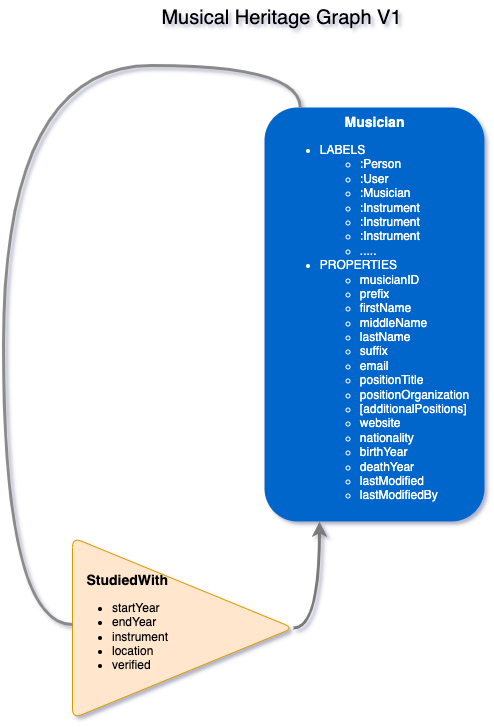
Earlier version of the draw.io export README.assets/Musical Heritage Model-V1.png (greyshore/MusicTree.Me). Source tidied: cells renumbered, new cells last; positions are measured from the earlier drawing's top-left corner, leaving out a move shared by most shapes.
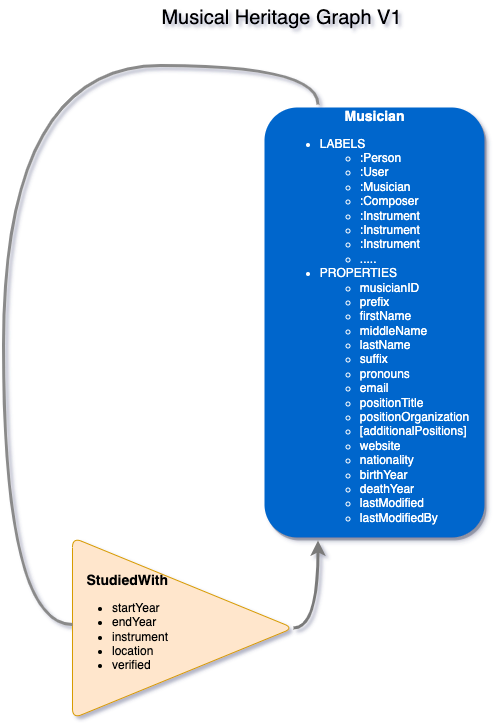
Later version of the same file.

Commit message:
paula #10 added pronound property and Composer label

What changed in the source:
```diff
@@ -1,9 +1,9 @@
-<mxGraphModel>
+<mxGraphModel shadow="1">
   <root>
     <mxCell id="0" />
     <mxCell id="1" parent="0" />
-    <mxCell id="2" value="&lt;b&gt;&lt;font style=&quot;font-size: 14px&quot;&gt;Musician&lt;/font&gt;&lt;/b&gt;&lt;br&gt;&lt;ul&gt;&lt;li style=&quot;text-align: left&quot;&gt;LABELS&lt;/li&gt;&lt;ul&gt;&lt;li style=&quot;text-align: left&quot;&gt;:Person&lt;/li&gt;&lt;li style=&quot;text-align: left&quot;&gt;:User&lt;/li&gt;&lt;li style=&quot;text-align: left&quot;&gt;:Musician&lt;/li&gt;&lt;li style=&quot;text-align: left&quot;&gt;:Instrument&lt;/li&gt;&lt;li style=&quot;text-align: left&quot;&gt;:Instrument&lt;/li&gt;&lt;li style=&quot;text-align: left&quot;&gt;:Instrument&lt;/li&gt;&lt;li style=&quot;text-align: left&quot;&gt;.....&lt;/li&gt;&lt;/ul&gt;&lt;li style=&quot;text-align: left&quot;&gt;PROPERTIES&lt;/li&gt;&lt;ul&gt;&lt;li style=&quot;text-align: left&quot;&gt;musicianID&lt;/li&gt;&lt;li style=&quot;text-align: left&quot;&gt;prefix&lt;/li&gt;&lt;li style=&quot;text-align: left&quot;&gt;firstName&lt;/li&gt;&lt;li style=&quot;text-align: left&quot;&gt;middleName&lt;/li&gt;&lt;li style=&quot;text-align: left&quot;&gt;lastName&lt;/li&gt;&lt;li style=&quot;text-align: left&quot;&gt;suffix&lt;/li&gt;&lt;li style=&quot;text-align: left&quot;&gt;email&lt;/li&gt;&lt;li style=&quot;text-align: left&quot;&gt;positionTitle&lt;/li&gt;&lt;li style=&quot;text-align: left&quot;&gt;positionOrganization&lt;/li&gt;&lt;li style=&quot;text-align: left&quot;&gt;[additionalPositions]&lt;/li&gt;&lt;li style=&quot;text-align: left&quot;&gt;website&lt;/li&gt;&lt;li style=&quot;text-align: left&quot;&gt;nationality&lt;/li&gt;&lt;li style=&quot;text-align: left&quot;&gt;birthYear&lt;/li&gt;&lt;li style=&quot;text-align: left&quot;&gt;deathYear&lt;/li&gt;&lt;li style=&quot;text-align: left&quot;&gt;lastModified&lt;/li&gt;&lt;li style=&quot;text-align: left&quot;&gt;lastModifiedBy&lt;/li&gt;&lt;/ul&gt;&lt;/ul&gt;" style="rounded=1;fillColor=#0066CC;strokeColor=none;strokeWidth=3;shadow=0;html=1;fontColor=#FFFFFF;" parent="1" vertex="1">
-      <mxGeometry x="261" y="105" width="220" height="414" as="geometry" />
+    <mxCell id="2" value="&lt;b&gt;&lt;font style=&quot;font-size: 14px&quot;&gt;Musician&lt;/font&gt;&lt;/b&gt;&lt;br&gt;&lt;ul&gt;&lt;li style=&quot;text-align: left&quot;&gt;LABELS&lt;/li&gt;&lt;ul&gt;&lt;li style=&quot;text-align: left&quot;&gt;:Person&lt;/li&gt;&lt;li style=&quot;text-align: left&quot;&gt;:User&lt;/li&gt;&lt;li style=&quot;text-align: left&quot;&gt;:Musician&lt;/li&gt;&lt;li style=&quot;text-align: left&quot;&gt;:Composer&lt;/li&gt;&lt;li style=&quot;text-align: left&quot;&gt;:Instrument&lt;/li&gt;&lt;li style=&quot;text-align: left&quot;&gt;:Instrument&lt;/li&gt;&lt;li style=&quot;text-align: left&quot;&gt;:Instrument&lt;/li&gt;&lt;li style=&quot;text-align: left&quot;&gt;.....&lt;/li&gt;&lt;/ul&gt;&lt;li style=&quot;text-align: left&quot;&gt;PROPERTIES&lt;/li&gt;&lt;ul&gt;&lt;li style=&quot;text-align: left&quot;&gt;musicianID&lt;/li&gt;&lt;li style=&quot;text-align: left&quot;&gt;prefix&lt;/li&gt;&lt;li style=&quot;text-align: left&quot;&gt;firstName&lt;/li&gt;&lt;li style=&quot;text-align: left&quot;&gt;middleName&lt;/li&gt;&lt;li style=&quot;text-align: left&quot;&gt;lastName&lt;/li&gt;&lt;li style=&quot;text-align: left&quot;&gt;suffix&lt;/li&gt;&lt;li style=&quot;text-align: left&quot;&gt;pronouns&lt;/li&gt;&lt;li style=&quot;text-align: left&quot;&gt;email&lt;/li&gt;&lt;li style=&quot;text-align: left&quot;&gt;positionTitle&lt;/li&gt;&lt;li style=&quot;text-align: left&quot;&gt;positionOrganization&lt;/li&gt;&lt;li style=&quot;text-align: left&quot;&gt;[additionalPositions]&lt;/li&gt;&lt;li style=&quot;text-align: left&quot;&gt;website&lt;/li&gt;&lt;li style=&quot;text-align: left&quot;&gt;nationality&lt;/li&gt;&lt;li style=&quot;text-align: left&quot;&gt;birthYear&lt;/li&gt;&lt;li style=&quot;text-align: left&quot;&gt;deathYear&lt;/li&gt;&lt;li style=&quot;text-align: left&quot;&gt;lastModified&lt;/li&gt;&lt;li style=&quot;text-align: left&quot;&gt;lastModifiedBy&lt;/li&gt;&lt;/ul&gt;&lt;/ul&gt;" style="rounded=1;fillColor=#0066CC;strokeColor=none;strokeWidth=3;shadow=1;html=1;fontColor=#FFFFFF;perimeterSpacing=3;" parent="1" vertex="1">
+      <mxGeometry x="261" y="105" width="220" height="430" as="geometry" />
     </mxCell>
     <mxCell id="3" style="edgeStyle=orthogonalEdgeStyle;rounded=0;jettySize=auto;html=1;exitX=1;exitY=0.5;exitDx=0;exitDy=0;entryX=0.25;entryY=1;entryDx=0;entryDy=0;curved=1;strokeColor=#7A7A7A;strokeWidth=3;" parent="1" edge="1" source="4" target="2">
       <mxGeometry relative="1" as="geometry" />
@@ -11,10 +11,10 @@
     <mxCell id="4" value="&lt;div style=&quot;text-align: right&quot;&gt;&lt;b style=&quot;font-size: 14px&quot;&gt;&amp;nbsp; StudiedWith&lt;/b&gt;&lt;/div&gt;&lt;ul&gt;&lt;li&gt;&lt;span&gt;startYear&lt;/span&gt;&lt;/li&gt;&lt;li&gt;&lt;span&gt;endYear&lt;/span&gt;&lt;/li&gt;&lt;li&gt;&lt;span&gt;instrument&lt;/span&gt;&lt;/li&gt;&lt;li&gt;&lt;span&gt;location&lt;/span&gt;&lt;/li&gt;&lt;li&gt;verified&lt;/li&gt;&lt;/ul&gt;" style="triangle;whiteSpace=wrap;html=1;align=left;fillColor=#ffe6cc;strokeColor=#d79b00;rounded=1;spacing=0;" parent="1" vertex="1">
       <mxGeometry x="69" y="535" width="221" height="181" as="geometry" />
     </mxCell>
-    <mxCell id="5" style="edgeStyle=orthogonalEdgeStyle;rounded=1;jettySize=auto;html=1;endArrow=none;curved=1;strokeWidth=3;strokeColor=#8A8A8A;exitX=0.162;exitY=0;exitDx=0;exitDy=0;exitPerimeter=0;" parent="1" edge="1" source="2" target="4">
+    <mxCell id="5" style="edgeStyle=orthogonalEdgeStyle;rounded=1;jettySize=auto;html=1;endArrow=none;curved=1;strokeWidth=3;strokeColor=#8A8A8A;exitX=0.25;exitY=0;exitDx=0;exitDy=0;" parent="1" edge="1" source="2" target="4">
       <mxGeometry relative="1" as="geometry">
         <Array as="points">
-          <mxPoint x="297" y="63" />
+          <mxPoint x="315" y="63" />
           <mxPoint y="63" />
           <mxPoint y="622" />
         </Array>
```
